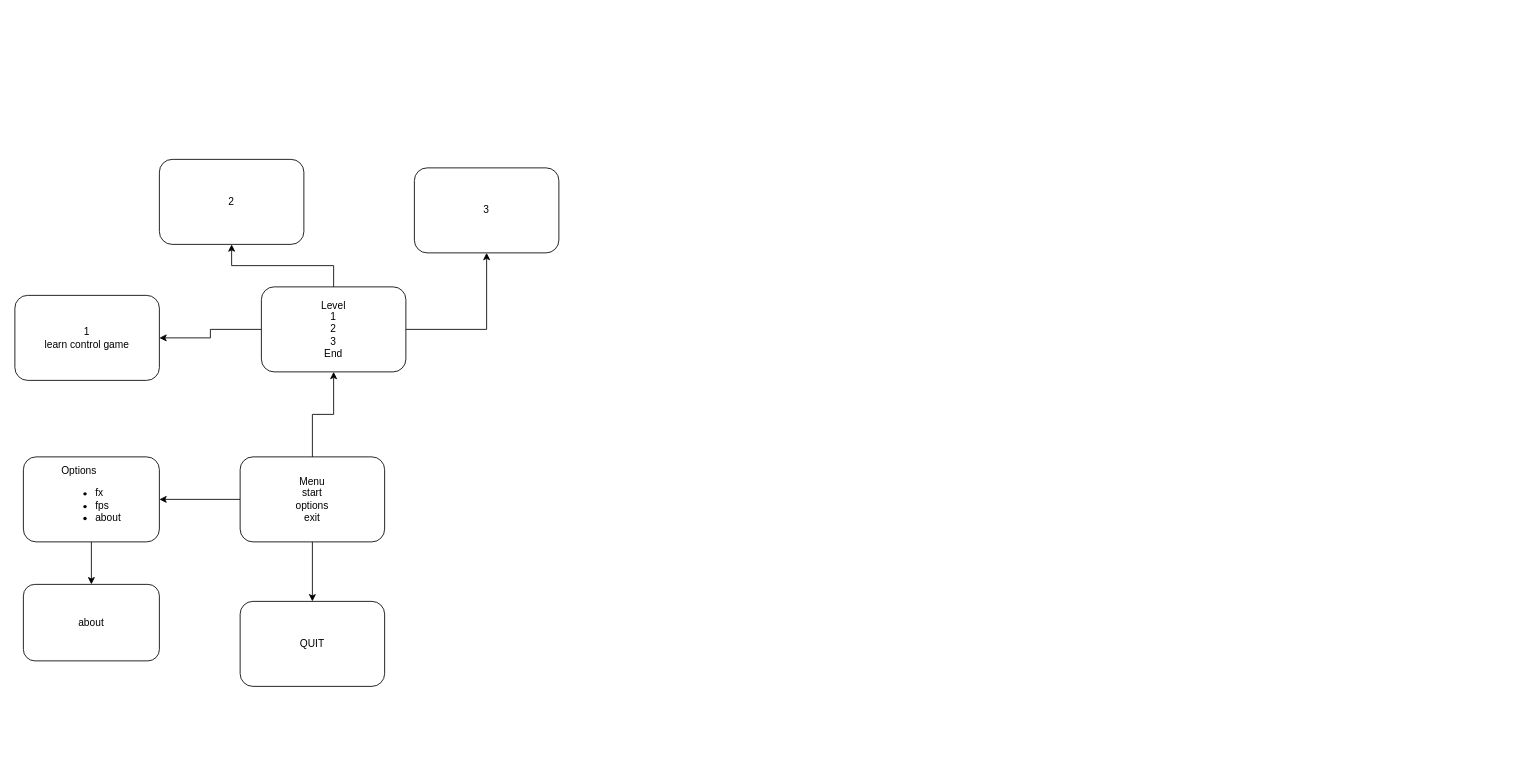
The draw.io diagram racker.drawio in HataroKhanh/Game_Simple, before the edit. Source tidied: cells renumbered, new cells numbered last; positions are measured from the earlier drawing's top-left corner, leaving out a move shared by most shapes. Both pictures are drawn from the tidied source at 85%, with x=0, y=0 at pixel (14, 159).
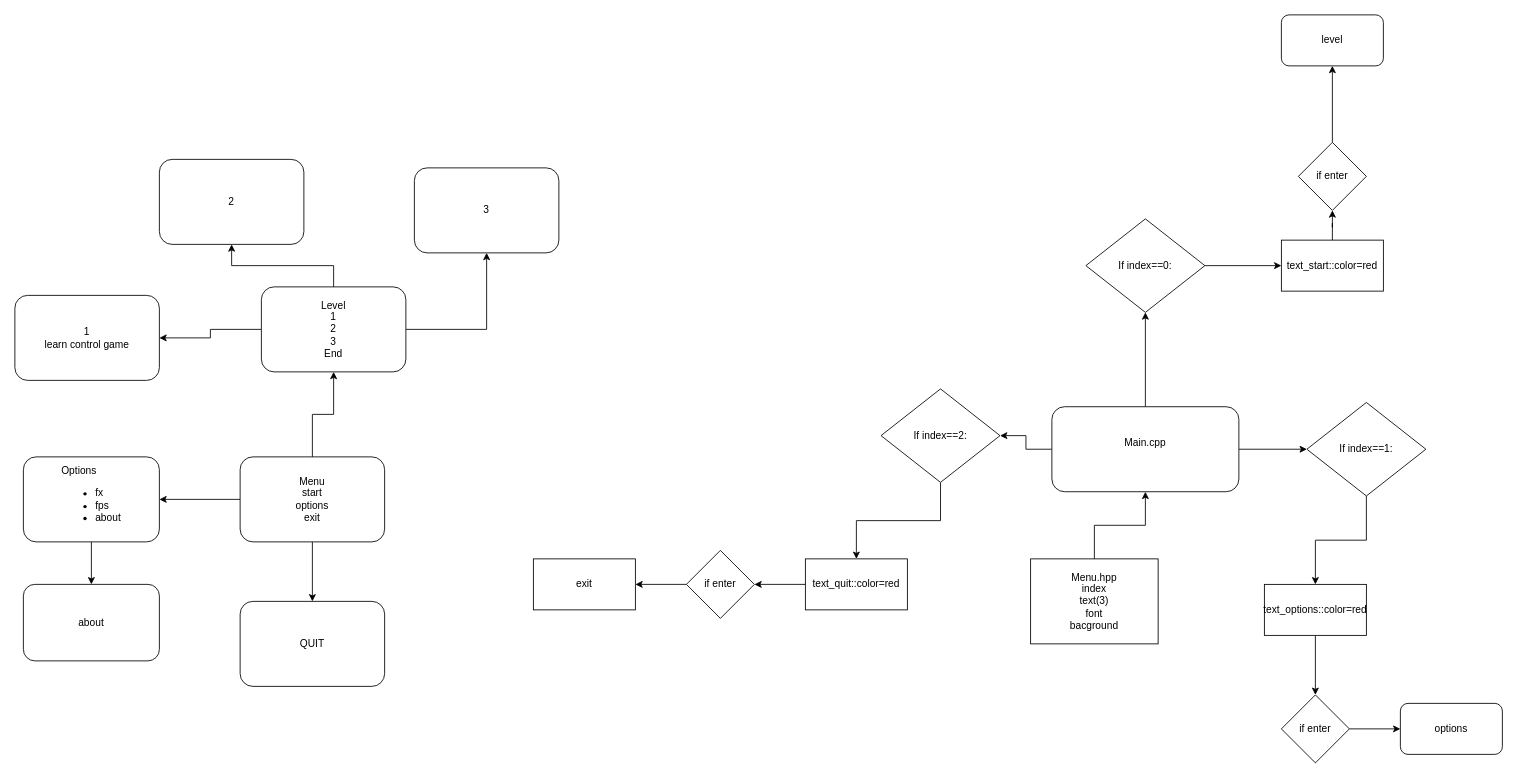
The same page after the edit.

Commit message (it also covers changes not shown here):
Cập nhật racker.drawio

Diff of the diagram source:
```diff
@@
+    <mxCell id="18" style="edgeStyle=orthogonalEdgeStyle;rounded=0;jettySize=auto;html=1;" parent="1" edge="1" source="21" target="25">
+      <mxGeometry relative="1" as="geometry" />
+    </mxCell>
+    <mxCell id="19" style="edgeStyle=orthogonalEdgeStyle;rounded=0;jettySize=auto;html=1;" parent="1" edge="1" source="21" target="29">
+      <mxGeometry relative="1" as="geometry" />
+    </mxCell>
+    <mxCell id="20" style="edgeStyle=orthogonalEdgeStyle;rounded=0;jettySize=auto;html=1;" parent="1" edge="1" source="21" target="33">
+      <mxGeometry relative="1" as="geometry" />
+    </mxCell>
+    <mxCell id="21" value="Main.cpp&lt;div&gt;&lt;br&gt;&lt;/div&gt;" style="rounded=1;whiteSpace=wrap;html=1;align=center;" parent="1" vertex="1">
+      <mxGeometry x="1220" y="291" width="220" height="100" as="geometry" />
+    </mxCell>
+    <mxCell id="22" style="edgeStyle=orthogonalEdgeStyle;rounded=0;jettySize=auto;html=1;" parent="1" edge="1" source="23" target="21">
+      <mxGeometry relative="1" as="geometry" />
+    </mxCell>
+    <mxCell id="23" value="Menu.hpp&lt;div&gt;index&lt;/div&gt;&lt;div&gt;text(3)&lt;/div&gt;&lt;div&gt;font&lt;/div&gt;&lt;div&gt;bacground&lt;/div&gt;" style="rounded=0;whiteSpace=wrap;html=1;" parent="1" vertex="1">
+      <mxGeometry x="1195" y="470" width="150" height="100" as="geometry" />
+    </mxCell>
+    <mxCell id="24" style="edgeStyle=orthogonalEdgeStyle;rounded=0;jettySize=auto;html=1;" parent="1" edge="1" source="25" target="27">
+      <mxGeometry relative="1" as="geometry" />
+    </mxCell>
+    <mxCell id="25" value="If index==0:" style="rhombus;whiteSpace=wrap;html=1;" parent="1" vertex="1">
+      <mxGeometry x="1260" y="70" width="140" height="110" as="geometry" />
+    </mxCell>
+    <mxCell id="26" style="edgeStyle=orthogonalEdgeStyle;rounded=0;jettySize=auto;html=1;" parent="1" edge="1" source="27" target="37">
+      <mxGeometry relative="1" as="geometry" />
+    </mxCell>
+    <mxCell id="27" value="text_start::color=red" style="whiteSpace=wrap;html=1;" parent="1" vertex="1">
+      <mxGeometry x="1490" y="95" width="120" height="60" as="geometry" />
+    </mxCell>
+    <mxCell id="28" style="edgeStyle=orthogonalEdgeStyle;rounded=0;jettySize=auto;html=1;" parent="1" edge="1" source="29" target="31">
+      <mxGeometry relative="1" as="geometry" />
+    </mxCell>
+    <mxCell id="29" value="If index==1:" style="rhombus;whiteSpace=wrap;html=1;" parent="1" vertex="1">
+      <mxGeometry x="1520" y="286" width="140" height="110" as="geometry" />
+    </mxCell>
+    <mxCell id="30" style="edgeStyle=orthogonalEdgeStyle;rounded=0;jettySize=auto;html=1;" parent="1" edge="1" source="31" target="43">
+      <mxGeometry relative="1" as="geometry" />
+    </mxCell>
+    <mxCell id="31" value="text_options::color=red" style="whiteSpace=wrap;html=1;" parent="1" vertex="1">
+      <mxGeometry x="1470" y="500" width="120" height="60" as="geometry" />
+    </mxCell>
+    <mxCell id="32" style="edgeStyle=orthogonalEdgeStyle;rounded=0;jettySize=auto;html=1;" parent="1" edge="1" source="33" target="35">
+      <mxGeometry relative="1" as="geometry" />
+    </mxCell>
+    <mxCell id="33" value="If index==2:" style="rhombus;whiteSpace=wrap;html=1;" parent="1" vertex="1">
+      <mxGeometry x="1019" y="270" width="140" height="110" as="geometry" />
+    </mxCell>
+    <mxCell id="34" style="edgeStyle=orthogonalEdgeStyle;rounded=0;jettySize=auto;html=1;" parent="1" edge="1" source="35" target="39">
+      <mxGeometry relative="1" as="geometry" />
+    </mxCell>
+    <mxCell id="35" value="text_quit::color=red" style="whiteSpace=wrap;html=1;" parent="1" vertex="1">
+      <mxGeometry x="930" y="470" width="120" height="60" as="geometry" />
+    </mxCell>
+    <mxCell id="36" style="edgeStyle=orthogonalEdgeStyle;rounded=0;jettySize=auto;html=1;" parent="1" edge="1" source="37" target="41">
+      <mxGeometry relative="1" as="geometry" />
+    </mxCell>
+    <mxCell id="37" value="if enter" style="rhombus;whiteSpace=wrap;html=1;" parent="1" vertex="1">
+      <mxGeometry x="1510" y="-20" width="80" height="80" as="geometry" />
+    </mxCell>
+    <mxCell id="38" style="edgeStyle=orthogonalEdgeStyle;rounded=0;jettySize=auto;html=1;" parent="1" edge="1" source="39" target="40">
+      <mxGeometry relative="1" as="geometry" />
+    </mxCell>
+    <mxCell id="39" value="if enter" style="rhombus;whiteSpace=wrap;html=1;" parent="1" vertex="1">
+      <mxGeometry x="790" y="460" width="80" height="80" as="geometry" />
+    </mxCell>
+    <mxCell id="40" value="exit" style="whiteSpace=wrap;html=1;" parent="1" vertex="1">
+      <mxGeometry x="610" y="470" width="120" height="60" as="geometry" />
+    </mxCell>
+    <mxCell id="41" value="level" style="rounded=1;whiteSpace=wrap;html=1;" parent="1" vertex="1">
+      <mxGeometry x="1490" y="-170" width="120" height="60" as="geometry" />
+    </mxCell>
+    <mxCell id="42" style="edgeStyle=orthogonalEdgeStyle;rounded=0;jettySize=auto;html=1;" parent="1" edge="1" source="43" target="44">
+      <mxGeometry relative="1" as="geometry" />
+    </mxCell>
+    <mxCell id="43" value="if enter" style="rhombus;whiteSpace=wrap;html=1;" parent="1" vertex="1">
+      <mxGeometry x="1490" y="630" width="80" height="80" as="geometry" />
+    </mxCell>
+    <mxCell id="44" value="options" style="rounded=1;whiteSpace=wrap;html=1;" parent="1" vertex="1">
+      <mxGeometry x="1630" y="640" width="120" height="60" as="geometry" />
+    </mxCell>
```
